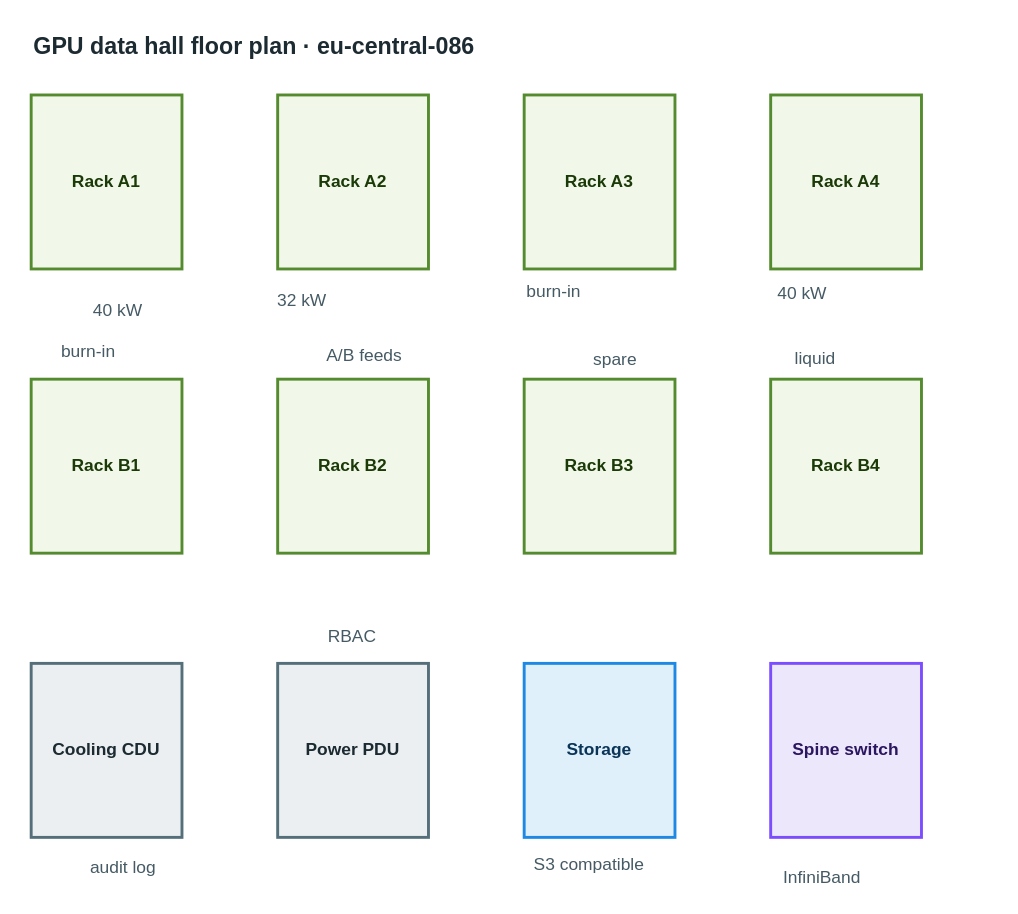
Before: apps/web/public/samples/library/086-gpu-data-hall-floor-plan.drawio in AryanG01/open-apprentice, a draw.io diagram. Source tidied: cells renumbered, new cells numbered last; positions are measured from the earlier drawing's top-left corner, leaving out a move shared by most shapes. Both pictures are drawn from the tidied source at 145%, with x=0, y=0 at pixel (30, 25).
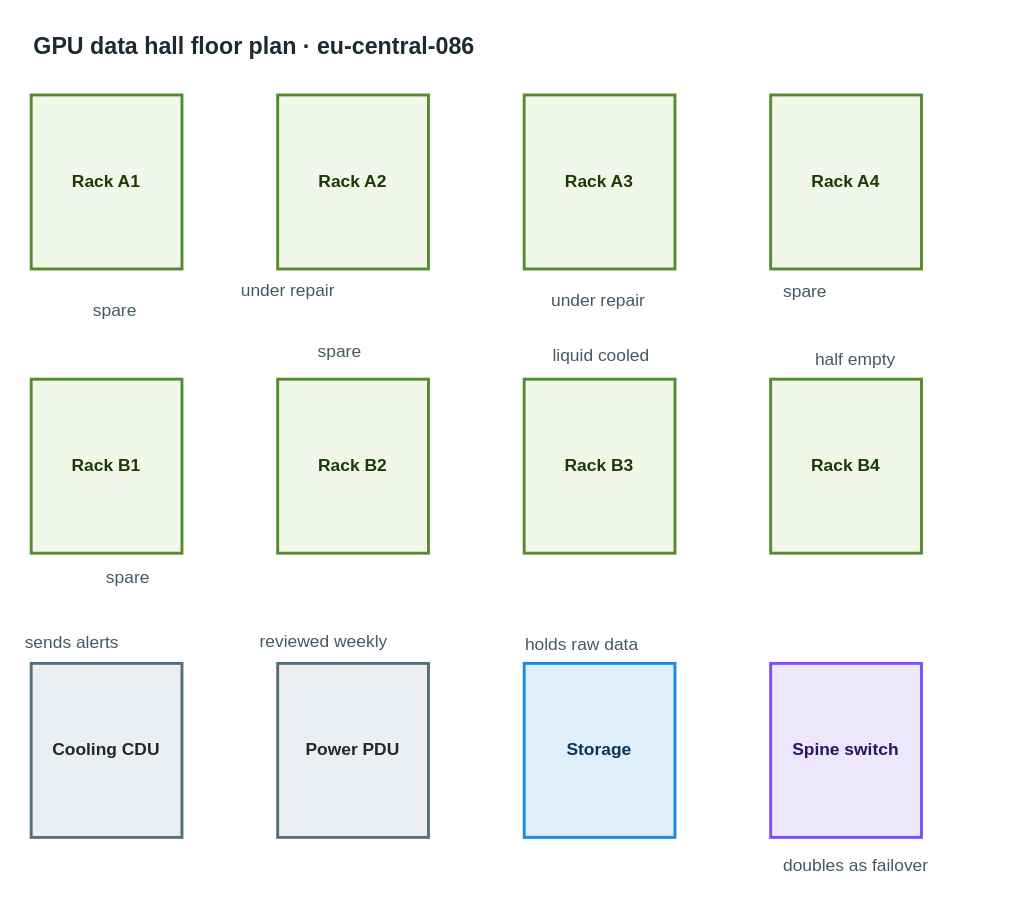
After the change.

The edit, as a diff of the source:
```diff
@@
-    <mxCell id="15" value="40 kW" style="text;html=1;align=left;verticalAlign=top;whiteSpace=nowrap;spacing=0;spacingTop=0;strokeColor=none;fillColor=none;fontSize=12;fontColor=#455a64;" parent="1" vertex="1">
+    <mxCell id="15" value="spare" style="text;html=1;align=left;verticalAlign=top;whiteSpace=nowrap;spacing=0;spacingTop=0;strokeColor=none;fillColor=none;fontSize=12;fontColor=#455a64;" parent="1" vertex="1">
       <mxGeometry x="43" y="185" width="47" height="20" as="geometry" />
     </mxCell>
-    <mxCell id="16" value="32 kW" style="text;html=1;align=left;verticalAlign=top;whiteSpace=nowrap;spacing=0;spacingTop=0;strokeColor=none;fillColor=none;fontSize=12;fontColor=#455a64;" parent="1" vertex="1">
-      <mxGeometry x="170" y="178" width="47" height="20" as="geometry" />
+    <mxCell id="16" value="under repair" style="text;html=1;align=left;verticalAlign=top;whiteSpace=nowrap;spacing=0;spacingTop=0;strokeColor=none;fillColor=none;fontSize=12;fontColor=#455a64;" parent="1" vertex="1">
+      <mxGeometry x="145" y="171" width="96" height="20" as="geometry" />
     </mxCell>
-    <mxCell id="17" value="burn-in" style="text;html=1;align=left;verticalAlign=top;whiteSpace=nowrap;spacing=0;spacingTop=0;strokeColor=none;fillColor=none;fontSize=12;fontColor=#455a64;" parent="1" vertex="1">
-      <mxGeometry x="342" y="172" width="61" height="20" as="geometry" />
+    <mxCell id="17" value="under repair" style="text;html=1;align=left;verticalAlign=top;whiteSpace=nowrap;spacing=0;spacingTop=0;strokeColor=none;fillColor=none;fontSize=12;fontColor=#455a64;" parent="1" vertex="1">
+      <mxGeometry x="359" y="178" width="96" height="20" as="geometry" />
     </mxCell>
-    <mxCell id="18" value="40 kW" style="text;html=1;align=left;verticalAlign=top;whiteSpace=nowrap;spacing=0;spacingTop=0;strokeColor=none;fillColor=none;fontSize=12;fontColor=#455a64;" parent="1" vertex="1">
-      <mxGeometry x="515" y="173" width="47" height="20" as="geometry" />
+    <mxCell id="18" value="spare" style="text;html=1;align=left;verticalAlign=top;whiteSpace=nowrap;spacing=0;spacingTop=0;strokeColor=none;fillColor=none;fontSize=12;fontColor=#455a64;" parent="1" vertex="1">
+      <mxGeometry x="519" y="172" width="47" height="20" as="geometry" />
     </mxCell>
-    <mxCell id="19" value="burn-in" style="text;html=1;align=left;verticalAlign=top;whiteSpace=nowrap;spacing=0;spacingTop=0;strokeColor=none;fillColor=none;fontSize=12;fontColor=#455a64;" parent="1" vertex="1">
-      <mxGeometry x="21" y="213" width="61" height="20" as="geometry" />
+    <mxCell id="19" value="spare" style="text;html=1;align=left;verticalAlign=top;whiteSpace=nowrap;spacing=0;spacingTop=0;strokeColor=none;fillColor=none;fontSize=12;fontColor=#455a64;" parent="1" vertex="1">
+      <mxGeometry x="52" y="369" width="47" height="20" as="geometry" />
     </mxCell>
-    <mxCell id="20" value="A/B feeds" style="text;html=1;align=left;verticalAlign=top;whiteSpace=nowrap;spacing=0;spacingTop=0;strokeColor=none;fillColor=none;fontSize=12;fontColor=#455a64;" parent="1" vertex="1">
-      <mxGeometry x="204" y="216" width="75" height="20" as="geometry" />
+    <mxCell id="20" value="spare" style="text;html=1;align=left;verticalAlign=top;whiteSpace=nowrap;spacing=0;spacingTop=0;strokeColor=none;fillColor=none;fontSize=12;fontColor=#455a64;" parent="1" vertex="1">
+      <mxGeometry x="198" y="213" width="47" height="20" as="geometry" />
     </mxCell>
-    <mxCell id="21" value="spare" style="text;html=1;align=left;verticalAlign=top;whiteSpace=nowrap;spacing=0;spacingTop=0;strokeColor=none;fillColor=none;fontSize=12;fontColor=#455a64;" parent="1" vertex="1">
-      <mxGeometry x="388" y="219" width="47" height="20" as="geometry" />
+    <mxCell id="21" value="liquid cooled" style="text;html=1;align=left;verticalAlign=top;whiteSpace=nowrap;spacing=0;spacingTop=0;strokeColor=none;fillColor=none;fontSize=12;fontColor=#455a64;" parent="1" vertex="1">
+      <mxGeometry x="360" y="216" width="103" height="20" as="geometry" />
     </mxCell>
-    <mxCell id="22" value="liquid" style="text;html=1;align=left;verticalAlign=top;whiteSpace=nowrap;spacing=0;spacingTop=0;strokeColor=none;fillColor=none;fontSize=12;fontColor=#455a64;" parent="1" vertex="1">
-      <mxGeometry x="527" y="218" width="54" height="20" as="geometry" />
+    <mxCell id="22" value="half empty" style="text;html=1;align=left;verticalAlign=top;whiteSpace=nowrap;spacing=0;spacingTop=0;strokeColor=none;fillColor=none;fontSize=12;fontColor=#455a64;" parent="1" vertex="1">
+      <mxGeometry x="541" y="219" width="82" height="20" as="geometry" />
     </mxCell>
-    <mxCell id="23" value="audit log" style="text;html=1;align=left;verticalAlign=top;whiteSpace=nowrap;spacing=0;spacingTop=0;strokeColor=none;fillColor=none;fontSize=12;fontColor=#455a64;" parent="1" vertex="1">
-      <mxGeometry x="41" y="569" width="75" height="20" as="geometry" />
+    <mxCell id="23" value="sends alerts" style="text;html=1;align=left;verticalAlign=top;whiteSpace=nowrap;spacing=0;spacingTop=0;strokeColor=none;fillColor=none;fontSize=12;fontColor=#455a64;" parent="1" vertex="1">
+      <mxGeometry x="-4" y="414" width="96" height="20" as="geometry" />
     </mxCell>
-    <mxCell id="24" value="RBAC" style="text;html=1;align=left;verticalAlign=top;whiteSpace=nowrap;spacing=0;spacingTop=0;strokeColor=none;fillColor=none;fontSize=12;fontColor=#455a64;" parent="1" vertex="1">
-      <mxGeometry x="205" y="410" width="40" height="20" as="geometry" />
+    <mxCell id="24" value="reviewed weekly" style="text;html=1;align=left;verticalAlign=top;whiteSpace=nowrap;spacing=0;spacingTop=0;strokeColor=none;fillColor=none;fontSize=12;fontColor=#455a64;" parent="1" vertex="1">
+      <mxGeometry x="158" y="413" width="117" height="20" as="geometry" />
     </mxCell>
-    <mxCell id="25" value="S3 compatible" style="text;html=1;align=left;verticalAlign=top;whiteSpace=nowrap;spacing=0;spacingTop=0;strokeColor=none;fillColor=none;fontSize=12;fontColor=#455a64;" parent="1" vertex="1">
-      <mxGeometry x="347" y="567" width="103" height="20" as="geometry" />
+    <mxCell id="25" value="holds raw data" style="text;html=1;align=left;verticalAlign=top;whiteSpace=nowrap;spacing=0;spacingTop=0;strokeColor=none;fillColor=none;fontSize=12;fontColor=#455a64;" parent="1" vertex="1">
+      <mxGeometry x="341" y="415" width="110" height="20" as="geometry" />
     </mxCell>
-    <mxCell id="26" value="InfiniBand" style="text;html=1;align=left;verticalAlign=top;whiteSpace=nowrap;spacing=0;spacingTop=0;strokeColor=none;fillColor=none;fontSize=12;fontColor=#455a64;" parent="1" vertex="1">
-      <mxGeometry x="519" y="576" width="82" height="20" as="geometry" />
+    <mxCell id="26" value="doubles as failover" style="text;html=1;align=left;verticalAlign=top;whiteSpace=nowrap;spacing=0;spacingTop=0;strokeColor=none;fillColor=none;fontSize=12;fontColor=#455a64;" parent="1" vertex="1">
+      <mxGeometry x="519" y="568" width="145" height="20" as="geometry" />
     </mxCell>
```
